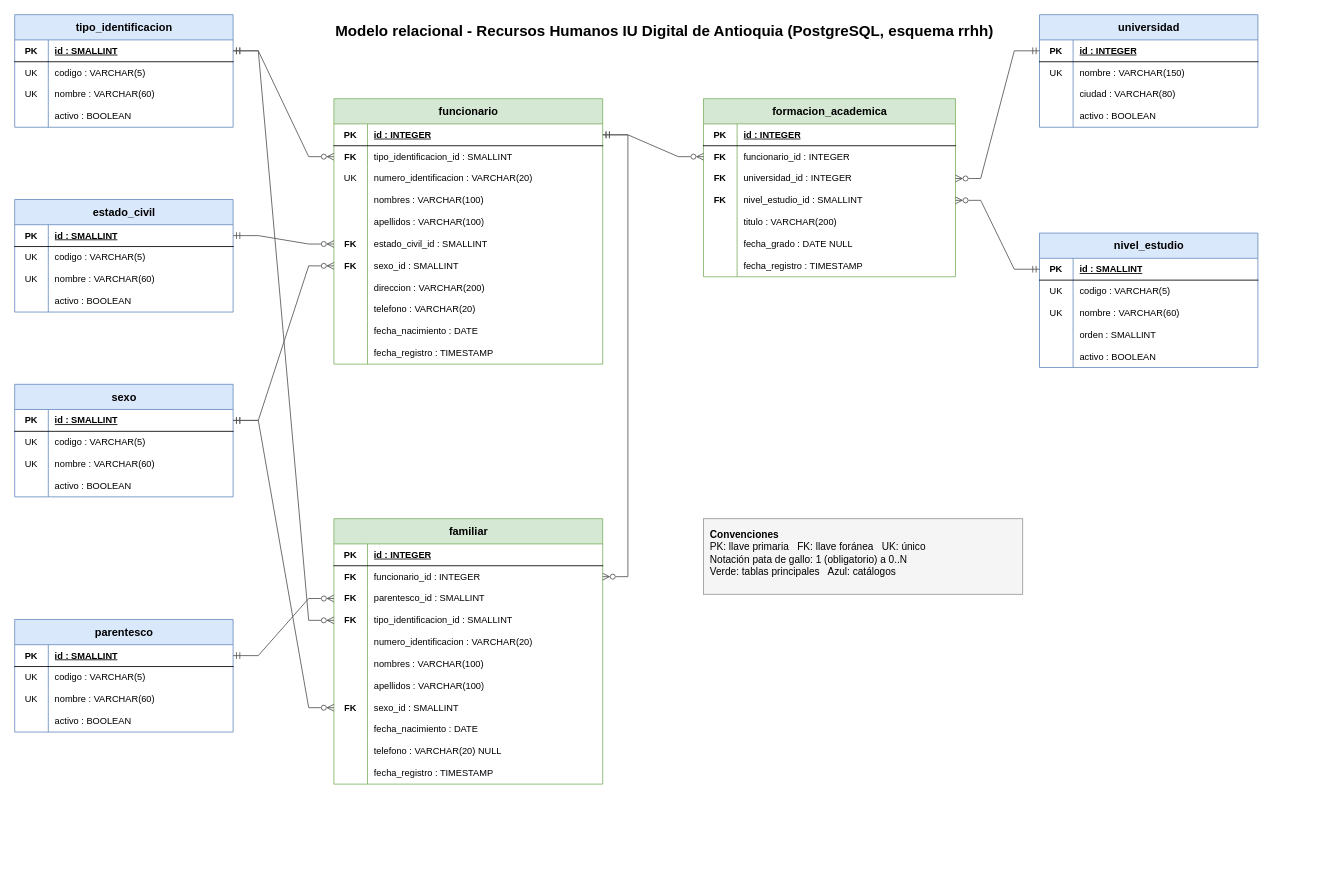
DanielmaboIUD/rrhh_iudigital keeps this draw.io diagram as modelo_relacional_rrhh.drawio. Above is the earlier version. Source tidied: cells renumbered, new cells numbered last; positions are measured from the earlier drawing's top-left corner, leaving out a move shared by most shapes. Both pictures are drawn from the tidied source at 84%, with x=0, y=0 at pixel (14, 14).
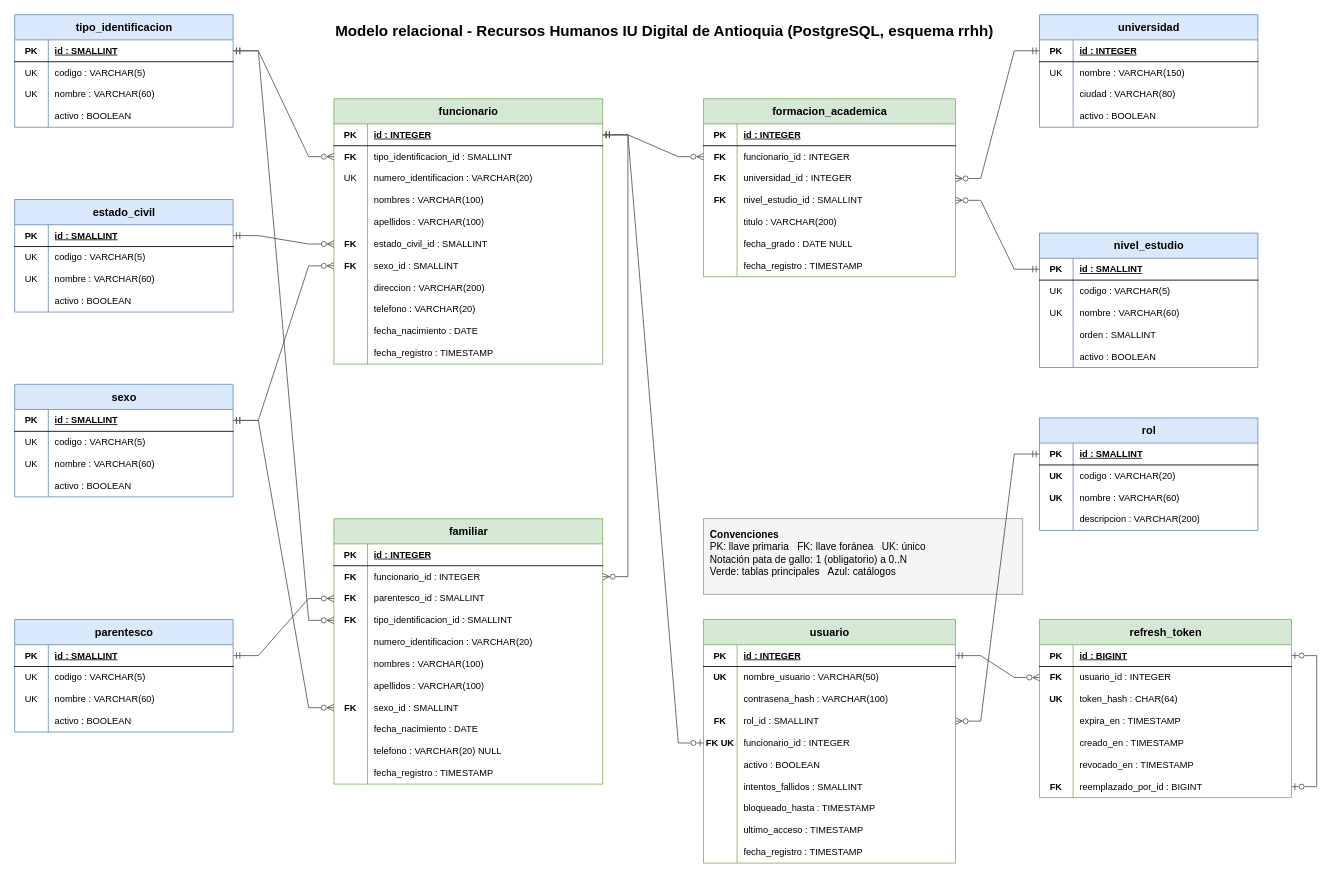
The same page after the edit.

The change refers to these unchanged cells:
```xml
<mxCell id="44" style="shape=tableRow;horizontal=0;startSize=0;swimlaneHead=0;swimlaneBody=0;fillColor=none;points=[[0,0.5],[1,0.5]];portConstraint=eastwest;top=0;left=0;right=0;bottom=1;html=1;" parent="43" vertex="1">
  <mxGeometry y="30" width="320" height="26" as="geometry" />
</mxCell>
```

Change to the diagram source:
```diff
@@
+    <mxCell id="185" value="rol" style="shape=table;startSize=30;childLayout=tableLayout;rowLines=0;fontStyle=1;align=center;html=1;fillColor=#dae8fc;strokeColor=#6c8ebf;fontSize=13;" parent="1" vertex="1">
+      <mxGeometry x="1220" y="480" width="260" height="134" as="geometry" />
+    </mxCell>
+    <mxCell id="186" style="shape=tableRow;horizontal=0;startSize=0;swimlaneHead=0;swimlaneBody=0;fillColor=none;points=[[0,0.5],[1,0.5]];portConstraint=eastwest;top=0;left=0;right=0;bottom=1;html=1;" parent="185" vertex="1">
+      <mxGeometry y="30" width="260" height="26" as="geometry" />
+    </mxCell>
+    <mxCell id="187" value="PK" style="shape=partialRectangle;fillColor=none;top=0;left=0;bottom=0;right=0;fontStyle=1;overflow=hidden;html=1;fontSize=11;" parent="186" vertex="1">
+      <mxGeometry width="40" height="26" as="geometry" />
+    </mxCell>
+    <mxCell id="188" value="id : SMALLINT" style="shape=partialRectangle;fillColor=none;top=0;left=0;bottom=0;right=0;align=left;spacingLeft=6;fontStyle=5;overflow=hidden;html=1;fontSize=11;" parent="186" vertex="1">
+      <mxGeometry x="40" width="220" height="26" as="geometry" />
+    </mxCell>
+    <mxCell id="189" style="shape=tableRow;horizontal=0;startSize=0;swimlaneHead=0;swimlaneBody=0;fillColor=none;top=0;left=0;right=0;bottom=0;html=1;" parent="185" vertex="1">
+      <mxGeometry y="56" width="260" height="26" as="geometry" />
+    </mxCell>
+    <mxCell id="190" value="UK" style="shape=partialRectangle;fillColor=none;top=0;left=0;bottom=0;right=0;fontStyle=1;overflow=hidden;html=1;fontSize=11;" parent="189" vertex="1">
+      <mxGeometry width="40" height="26" as="geometry" />
+    </mxCell>
+    <mxCell id="191" value="codigo : VARCHAR(20)" style="shape=partialRectangle;fillColor=none;top=0;left=0;bottom=0;right=0;align=left;spacingLeft=6;overflow=hidden;html=1;fontSize=11;" parent="189" vertex="1">
+      <mxGeometry x="40" width="220" height="26" as="geometry" />
+    </mxCell>
+    <mxCell id="192" style="shape=tableRow;horizontal=0;startSize=0;swimlaneHead=0;swimlaneBody=0;fillColor=none;top=0;left=0;right=0;bottom=0;html=1;" parent="185" vertex="1">
+      <mxGeometry y="82" width="260" height="26" as="geometry" />
+    </mxCell>
+    <mxCell id="193" value="UK" style="shape=partialRectangle;fillColor=none;top=0;left=0;bottom=0;right=0;fontStyle=1;overflow=hidden;html=1;fontSize=11;" parent="192" vertex="1">
+      <mxGeometry width="40" height="26" as="geometry" />
+    </mxCell>
+    <mxCell id="194" value="nombre : VARCHAR(60)" style="shape=partialRectangle;fillColor=none;top=0;left=0;bottom=0;right=0;align=left;spacingLeft=6;overflow=hidden;html=1;fontSize=11;" parent="192" vertex="1">
+      <mxGeometry x="40" width="220" height="26" as="geometry" />
+    </mxCell>
+    <mxCell id="195" style="shape=tableRow;horizontal=0;startSize=0;swimlaneHead=0;swimlaneBody=0;fillColor=none;top=0;left=0;right=0;bottom=0;html=1;" parent="185" vertex="1">
+      <mxGeometry y="108" width="260" height="26" as="geometry" />
+    </mxCell>
+    <mxCell id="196" style="shape=partialRectangle;fillColor=none;top=0;left=0;bottom=0;right=0;fontStyle=1;overflow=hidden;html=1;fontSize=11;" parent="195" vertex="1">
+      <mxGeometry width="40" height="26" as="geometry" />
+    </mxCell>
+    <mxCell id="197" value="descripcion : VARCHAR(200)" style="shape=partialRectangle;fillColor=none;top=0;left=0;bottom=0;right=0;align=left;spacingLeft=6;overflow=hidden;html=1;fontSize=11;" parent="195" vertex="1">
+      <mxGeometry x="40" width="220" height="26" as="geometry" />
+    </mxCell>
+    <mxCell id="198" value="usuario" style="shape=table;startSize=30;childLayout=tableLayout;rowLines=0;fontStyle=1;align=center;html=1;fillColor=#d5e8d4;strokeColor=#82b366;fontSize=13;" parent="1" vertex="1">
+      <mxGeometry x="820" y="720" width="300" height="290" as="geometry" />
+    </mxCell>
+    <mxCell id="199" style="shape=tableRow;horizontal=0;startSize=0;swimlaneHead=0;swimlaneBody=0;fillColor=none;points=[[0,0.5],[1,0.5]];portConstraint=eastwest;top=0;left=0;right=0;bottom=1;html=1;" parent="198" vertex="1">
+      <mxGeometry y="30" width="300" height="26" as="geometry" />
+    </mxCell>
+    <mxCell id="200" value="PK" style="shape=partialRectangle;fillColor=none;top=0;left=0;bottom=0;right=0;fontStyle=1;overflow=hidden;html=1;fontSize=11;" parent="199" vertex="1">
+      <mxGeometry width="40" height="26" as="geometry" />
+    </mxCell>
+    <mxCell id="201" value="id : INTEGER" style="shape=partialRectangle;fillColor=none;top=0;left=0;bottom=0;right=0;align=left;spacingLeft=6;fontStyle=5;overflow=hidden;html=1;fontSize=11;" parent="199" vertex="1">
+      <mxGeometry x="40" width="260" height="26" as="geometry" />
+    </mxCell>
+    <mxCell id="202" style="shape=tableRow;horizontal=0;startSize=0;swimlaneHead=0;swimlaneBody=0;fillColor=none;top=0;left=0;right=0;bottom=0;html=1;" parent="198" vertex="1">
+      <mxGeometry y="56" width="300" height="26" as="geometry" />
+    </mxCell>
+    <mxCell id="203" value="UK" style="shape=partialRectangle;fillColor=none;top=0;left=0;bottom=0;right=0;fontStyle=1;overflow=hidden;html=1;fontSize=11;" parent="202" vertex="1">
+      <mxGeometry width="40" height="26" as="geometry" />
+    </mxCell>
+    <mxCell id="204" value="nombre_usuario : VARCHAR(50)" style="shape=partialRectangle;fillColor=none;top=0;left=0;bottom=0;right=0;align=left;spacingLeft=6;overflow=hidden;html=1;fontSize=11;" parent="202" vertex="1">
+      <mxGeometry x="40" width="260" height="26" as="geometry" />
+    </mxCell>
+    <mxCell id="205" style="shape=tableRow;horizontal=0;startSize=0;swimlaneHead=0;swimlaneBody=0;fillColor=none;top=0;left=0;right=0;bottom=0;html=1;" parent="198" vertex="1">
+      <mxGeometry y="82" width="300" height="26" as="geometry" />
+    </mxCell>
+    <mxCell id="206" style="shape=partialRectangle;fillColor=none;top=0;left=0;bottom=0;right=0;fontStyle=1;overflow=hidden;html=1;fontSize=11;" parent="205" vertex="1">
+      <mxGeometry width="40" height="26" as="geometry" />
+    </mxCell>
+    <mxCell id="207" value="contrasena_hash : VARCHAR(100)" style="shape=partialRectangle;fillColor=none;top=0;left=0;bottom=0;right=0;align=left;spacingLeft=6;overflow=hidden;html=1;fontSize=11;" parent="205" vertex="1">
+      <mxGeometry x="40" width="260" height="26" as="geometry" />
+    </mxCell>
+    <mxCell id="208" style="shape=tableRow;horizontal=0;startSize=0;swimlaneHead=0;swimlaneBody=0;fillColor=none;points=[[0,0.5],[1,0.5]];portConstraint=eastwest;top=0;left=0;right=0;bottom=0;html=1;" parent="198" vertex="1">
+      <mxGeometry y="108" width="300" height="26" as="geometry" />
+    </mxCell>
+    <mxCell id="209" value="FK" style="shape=partialRectangle;fillColor=none;top=0;left=0;bottom=0;right=0;fontStyle=1;overflow=hidden;html=1;fontSize=11;" parent="208" vertex="1">
+      <mxGeometry width="40" height="26" as="geometry" />
+    </mxCell>
+    <mxCell id="210" value="rol_id : SMALLINT" style="shape=partialRectangle;fillColor=none;top=0;left=0;bottom=0;right=0;align=left;spacingLeft=6;overflow=hidden;html=1;fontSize=11;" parent="208" vertex="1">
+      <mxGeometry x="40" width="260" height="26" as="geometry" />
+    </mxCell>
+    <mxCell id="211" style="shape=tableRow;horizontal=0;startSize=0;swimlaneHead=0;swimlaneBody=0;fillColor=none;points=[[0,0.5],[1,0.5]];portConstraint=eastwest;top=0;left=0;right=0;bottom=0;html=1;" parent="198" vertex="1">
+      <mxGeometry y="134" width="300" height="26" as="geometry" />
+    </mxCell>
+    <mxCell id="212" value="FK UK" style="shape=partialRectangle;fillColor=none;top=0;left=0;bottom=0;right=0;fontStyle=1;overflow=hidden;html=1;fontSize=11;" parent="211" vertex="1">
+      <mxGeometry width="40" height="26" as="geometry" />
+    </mxCell>
+    <mxCell id="213" value="funcionario_id : INTEGER" style="shape=partialRectangle;fillColor=none;top=0;left=0;bottom=0;right=0;align=left;spacingLeft=6;overflow=hidden;html=1;fontSize=11;" parent="211" vertex="1">
+      <mxGeometry x="40" width="260" height="26" as="geometry" />
+    </mxCell>
+    <mxCell id="214" style="shape=tableRow;horizontal=0;startSize=0;swimlaneHead=0;swimlaneBody=0;fillColor=none;top=0;left=0;right=0;bottom=0;html=1;" parent="198" vertex="1">
+      <mxGeometry y="160" width="300" height="26" as="geometry" />
+    </mxCell>
+    <mxCell id="215" style="shape=partialRectangle;fillColor=none;top=0;left=0;bottom=0;right=0;fontStyle=1;overflow=hidden;html=1;fontSize=11;" parent="214" vertex="1">
+      <mxGeometry width="40" height="26" as="geometry" />
+    </mxCell>
+    <mxCell id="216" value="activo : BOOLEAN" style="shape=partialRectangle;fillColor=none;top=0;left=0;bottom=0;right=0;align=left;spacingLeft=6;overflow=hidden;html=1;fontSize=11;" parent="214" vertex="1">
+      <mxGeometry x="40" width="260" height="26" as="geometry" />
+    </mxCell>
+    <mxCell id="217" style="shape=tableRow;horizontal=0;startSize=0;swimlaneHead=0;swimlaneBody=0;fillColor=none;top=0;left=0;right=0;bottom=0;html=1;" parent="198" vertex="1">
+      <mxGeometry y="186" width="300" height="26" as="geometry" />
+    </mxCell>
+    <mxCell id="218" style="shape=partialRectangle;fillColor=none;top=0;left=0;bottom=0;right=0;fontStyle=1;overflow=hidden;html=1;fontSize=11;" parent="217" vertex="1">
+      <mxGeometry width="40" height="26" as="geometry" />
+    </mxCell>
+    <mxCell id="219" value="intentos_fallidos : SMALLINT" style="shape=partialRectangle;fillColor=none;top=0;left=0;bottom=0;right=0;align=left;spacingLeft=6;overflow=hidden;html=1;fontSize=11;" parent="217" vertex="1">
+      <mxGeometry x="40" width="260" height="26" as="geometry" />
+    </mxCell>
+    <mxCell id="220" style="shape=tableRow;horizontal=0;startSize=0;swimlaneHead=0;swimlaneBody=0;fillColor=none;top=0;left=0;right=0;bottom=0;html=1;" parent="198" vertex="1">
+      <mxGeometry y="212" width="300" height="26" as="geometry" />
+    </mxCell>
+    <mxCell id="221" style="shape=partialRectangle;fillColor=none;top=0;left=0;bottom=0;right=0;fontStyle=1;overflow=hidden;html=1;fontSize=11;" parent="220" vertex="1">
+      <mxGeometry width="40" height="26" as="geometry" />
+    </mxCell>
+    <mxCell id="222" value="bloqueado_hasta : TIMESTAMP" style="shape=partialRectangle;fillColor=none;top=0;left=0;bottom=0;right=0;align=left;spacingLeft=6;overflow=hidden;html=1;fontSize=11;" parent="220" vertex="1">
+      <mxGeometry x="40" width="260" height="26" as="geometry" />
+    </mxCell>
+    <mxCell id="223" style="shape=tableRow;horizontal=0;startSize=0;swimlaneHead=0;swimlaneBody=0;fillColor=none;top=0;left=0;right=0;bottom=0;html=1;" parent="198" vertex="1">
+      <mxGeometry y="238" width="300" height="26" as="geometry" />
+    </mxCell>
+    <mxCell id="224" style="shape=partialRectangle;fillColor=none;top=0;left=0;bottom=0;right=0;fontStyle=1;overflow=hidden;html=1;fontSize=11;" parent="223" vertex="1">
+      <mxGeometry width="40" height="26" as="geometry" />
+    </mxCell>
+    <mxCell id="225" value="ultimo_acceso : TIMESTAMP" style="shape=partialRectangle;fillColor=none;top=0;left=0;bottom=0;right=0;align=left;spacingLeft=6;overflow=hidden;html=1;fontSize=11;" parent="223" vertex="1">
+      <mxGeometry x="40" width="260" height="26" as="geometry" />
+    </mxCell>
+    <mxCell id="226" style="shape=tableRow;horizontal=0;startSize=0;swimlaneHead=0;swimlaneBody=0;fillColor=none;top=0;left=0;right=0;bottom=0;html=1;" parent="198" vertex="1">
+      <mxGeometry y="264" width="300" height="26" as="geometry" />
+    </mxCell>
+    <mxCell id="227" style="shape=partialRectangle;fillColor=none;top=0;left=0;bottom=0;right=0;fontStyle=1;overflow=hidden;html=1;fontSize=11;" parent="226" vertex="1">
+      <mxGeometry width="40" height="26" as="geometry" />
+    </mxCell>
+    <mxCell id="228" value="fecha_registro : TIMESTAMP" style="shape=partialRectangle;fillColor=none;top=0;left=0;bottom=0;right=0;align=left;spacingLeft=6;overflow=hidden;html=1;fontSize=11;" parent="226" vertex="1">
+      <mxGeometry x="40" width="260" height="26" as="geometry" />
+    </mxCell>
+    <mxCell id="229" value="refresh_token" style="shape=table;startSize=30;childLayout=tableLayout;rowLines=0;fontStyle=1;align=center;html=1;fillColor=#d5e8d4;strokeColor=#82b366;fontSize=13;" parent="1" vertex="1">
+      <mxGeometry x="1220" y="720" width="300" height="212" as="geometry" />
+    </mxCell>
+    <mxCell id="230" style="shape=tableRow;horizontal=0;startSize=0;swimlaneHead=0;swimlaneBody=0;fillColor=none;points=[[0,0.5],[1,0.5]];portConstraint=eastwest;top=0;left=0;right=0;bottom=1;html=1;" parent="229" vertex="1">
+      <mxGeometry y="30" width="300" height="26" as="geometry" />
+    </mxCell>
+    <mxCell id="231" value="PK" style="shape=partialRectangle;fillColor=none;top=0;left=0;bottom=0;right=0;fontStyle=1;overflow=hidden;html=1;fontSize=11;" parent="230" vertex="1">
+      <mxGeometry width="40" height="26" as="geometry" />
+    </mxCell>
+    <mxCell id="232" value="id : BIGINT" style="shape=partialRectangle;fillColor=none;top=0;left=0;bottom=0;right=0;align=left;spacingLeft=6;fontStyle=5;overflow=hidden;html=1;fontSize=11;" parent="230" vertex="1">
+      <mxGeometry x="40" width="260" height="26" as="geometry" />
+    </mxCell>
+    <mxCell id="233" style="shape=tableRow;horizontal=0;startSize=0;swimlaneHead=0;swimlaneBody=0;fillColor=none;points=[[0,0.5],[1,0.5]];portConstraint=eastwest;top=0;left=0;right=0;bottom=0;html=1;" parent="229" vertex="1">
+      <mxGeometry y="56" width="300" height="26" as="geometry" />
+    </mxCell>
+    <mxCell id="234" value="FK" style="shape=partialRectangle;fillColor=none;top=0;left=0;bottom=0;right=0;fontStyle=1;overflow=hidden;html=1;fontSize=11;" parent="233" vertex="1">
+      <mxGeometry width="40" height="26" as="geometry" />
+    </mxCell>
+    <mxCell id="235" value="usuario_id : INTEGER" style="shape=partialRectangle;fillColor=none;top=0;left=0;bottom=0;right=0;align=left;spacingLeft=6;overflow=hidden;html=1;fontSize=11;" parent="233" vertex="1">
+      <mxGeometry x="40" width="260" height="26" as="geometry" />
+    </mxCell>
+    <mxCell id="236" style="shape=tableRow;horizontal=0;startSize=0;swimlaneHead=0;swimlaneBody=0;fillColor=none;top=0;left=0;right=0;bottom=0;html=1;" parent="229" vertex="1">
+      <mxGeometry y="82" width="300" height="26" as="geometry" />
+    </mxCell>
+    <mxCell id="237" value="UK" style="shape=partialRectangle;fillColor=none;top=0;left=0;bottom=0;right=0;fontStyle=1;overflow=hidden;html=1;fontSize=11;" parent="236" vertex="1">
+      <mxGeometry width="40" height="26" as="geometry" />
+    </mxCell>
+    <mxCell id="238" value="token_hash : CHAR(64)" style="shape=partialRectangle;fillColor=none;top=0;left=0;bottom=0;right=0;align=left;spacingLeft=6;overflow=hidden;html=1;fontSize=11;" parent="236" vertex="1">
+      <mxGeometry x="40" width="260" height="26" as="geometry" />
+    </mxCell>
+    <mxCell id="239" style="shape=tableRow;horizontal=0;startSize=0;swimlaneHead=0;swimlaneBody=0;fillColor=none;top=0;left=0;right=0;bottom=0;html=1;" parent="229" vertex="1">
+      <mxGeometry y="108" width="300" height="26" as="geometry" />
+    </mxCell>
+    <mxCell id="240" style="shape=partialRectangle;fillColor=none;top=0;left=0;bottom=0;right=0;fontStyle=1;overflow=hidden;html=1;fontSize=11;" parent="239" vertex="1">
+      <mxGeometry width="40" height="26" as="geometry" />
+    </mxCell>
+    <mxCell id="241" value="expira_en : TIMESTAMP" style="shape=partialRectangle;fillColor=none;top=0;left=0;bottom=0;right=0;align=left;spacingLeft=6;overflow=hidden;html=1;fontSize=11;" parent="239" vertex="1">
+      <mxGeometry x="40" width="260" height="26" as="geometry" />
+    </mxCell>
+    <mxCell id="242" style="shape=tableRow;horizontal=0;startSize=0;swimlaneHead=0;swimlaneBody=0;fillColor=none;top=0;left=0;right=0;bottom=0;html=1;" parent="229" vertex="1">
+      <mxGeometry y="134" width="300" height="26" as="geometry" />
+    </mxCell>
+    <mxCell id="243" style="shape=partialRectangle;fillColor=none;top=0;left=0;bottom=0;right=0;fontStyle=1;overflow=hidden;html=1;fontSize=11;" parent="242" vertex="1">
+      <mxGeometry width="40" height="26" as="geometry" />
+    </mxCell>
+    <mxCell id="244" value="creado_en : TIMESTAMP" style="shape=partialRectangle;fillColor=none;top=0;left=0;bottom=0;right=0;align=left;spacingLeft=6;overflow=hidden;html=1;fontSize=11;" parent="242" vertex="1">
+      <mxGeometry x="40" width="260" height="26" as="geometry" />
+    </mxCell>
+    <mxCell id="245" style="shape=tableRow;horizontal=0;startSize=0;swimlaneHead=0;swimlaneBody=0;fillColor=none;top=0;left=0;right=0;bottom=0;html=1;" parent="229" vertex="1">
+      <mxGeometry y="160" width="300" height="26" as="geometry" />
+    </mxCell>
+    <mxCell id="246" style="shape=partialRectangle;fillColor=none;top=0;left=0;bottom=0;right=0;fontStyle=1;overflow=hidden;html=1;fontSize=11;" parent="245" vertex="1">
+      <mxGeometry width="40" height="26" as="geometry" />
+    </mxCell>
+    <mxCell id="247" value="revocado_en : TIMESTAMP" style="shape=partialRectangle;fillColor=none;top=0;left=0;bottom=0;right=0;align=left;spacingLeft=6;overflow=hidden;html=1;fontSize=11;" parent="245" vertex="1">
+      <mxGeometry x="40" width="260" height="26" as="geometry" />
+    </mxCell>
+    <mxCell id="248" style="shape=tableRow;horizontal=0;startSize=0;swimlaneHead=0;swimlaneBody=0;fillColor=none;points=[[0,0.5],[1,0.5]];portConstraint=eastwest;top=0;left=0;right=0;bottom=0;html=1;" parent="229" vertex="1">
+      <mxGeometry y="186" width="300" height="26" as="geometry" />
+    </mxCell>
+    <mxCell id="249" value="FK" style="shape=partialRectangle;fillColor=none;top=0;left=0;bottom=0;right=0;fontStyle=1;overflow=hidden;html=1;fontSize=11;" parent="248" vertex="1">
+      <mxGeometry width="40" height="26" as="geometry" />
+    </mxCell>
+    <mxCell id="250" value="reemplazado_por_id : BIGINT" style="shape=partialRectangle;fillColor=none;top=0;left=0;bottom=0;right=0;align=left;spacingLeft=6;overflow=hidden;html=1;fontSize=11;" parent="248" vertex="1">
+      <mxGeometry x="40" width="260" height="26" as="geometry" />
+    </mxCell>
+    <mxCell id="251" style="edgeStyle=entityRelationEdgeStyle;fontSize=12;html=1;endArrow=ERmandOne;startArrow=ERzeroToMany;endFill=0;startFill=0;rounded=0;strokeColor=#555555;" parent="1" edge="1" source="208" target="186">
+      <mxGeometry relative="1" as="geometry" />
+    </mxCell>
+    <mxCell id="252" style="edgeStyle=entityRelationEdgeStyle;fontSize=12;html=1;endArrow=ERmandOne;startArrow=ERzeroToOne;endFill=0;startFill=0;rounded=0;strokeColor=#555555;" parent="1" edge="1" source="211" target="44">
+      <mxGeometry relative="1" as="geometry" />
+    </mxCell>
+    <mxCell id="253" style="edgeStyle=entityRelationEdgeStyle;fontSize=12;html=1;endArrow=ERmandOne;startArrow=ERzeroToMany;endFill=0;startFill=0;rounded=0;strokeColor=#555555;" parent="1" edge="1" source="233" target="199">
+      <mxGeometry relative="1" as="geometry" />
+    </mxCell>
+    <mxCell id="254" style="edgeStyle=entityRelationEdgeStyle;fontSize=12;html=1;endArrow=ERzeroToOne;startArrow=ERzeroToOne;endFill=0;startFill=0;rounded=0;strokeColor=#555555;" parent="1" edge="1" source="248" target="230">
+      <mxGeometry relative="1" as="geometry" />
+    </mxCell>
```
